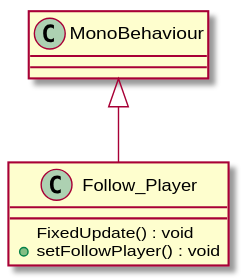
This is UML/MallowMystery/Assets/Scripts/Follow_Player.svg from robinsuurs/Mallow_Mysterie, a PlantUML export, as it was before one commit.
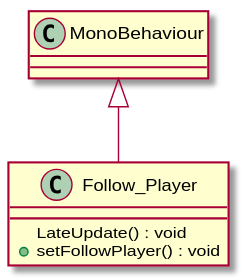
After the commit.

Diff of the diagram source:
```diff
@@ -1,6 +1,6 @@
 @startuml
 class Follow_Player {
-    FixedUpdate() : void
+    LateUpdate() : void
     + setFollowPlayer() : void
 }
 MonoBehaviour <|-- Follow_Player
```
